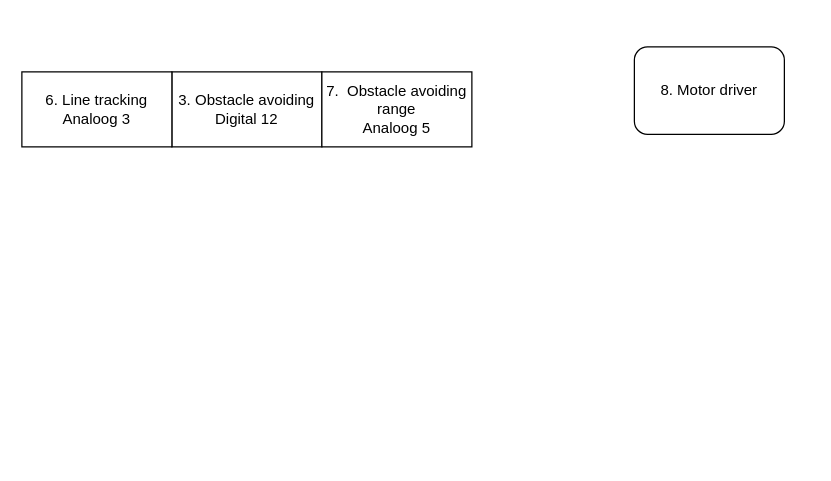
Earlier version of the draw.io diagram auto arduino.drawio (Sp00keeee/arduino-5vc-cengizhan-maurits-casper). Source tidied: cells renumbered, new cells numbered last; positions are measured from the earlier drawing's top-left corner, leaving out a move shared by most shapes. Both pictures are drawn from the tidied source at 125%, with x=0, y=0 at pixel (21, 46).
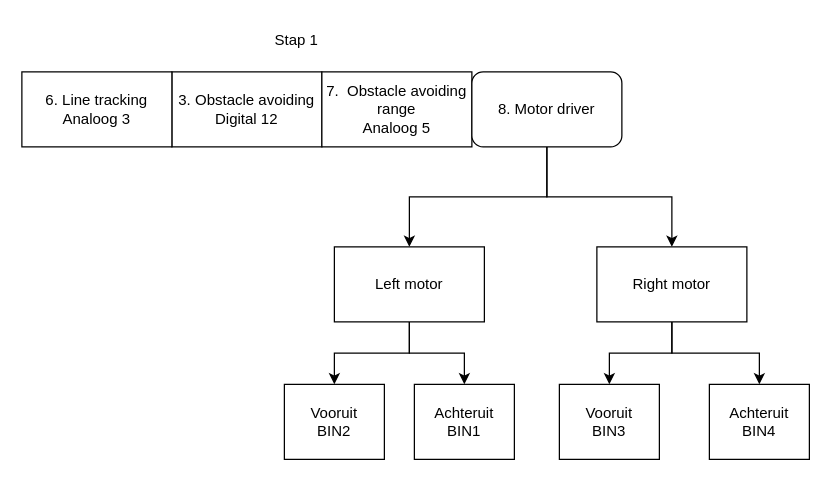
The same page after the edit.

Diff of the diagram source:
```diff
@@
 <mxGraphModel>
   <root>
     <mxCell id="0" />
     <mxCell id="1" parent="0" />
     <mxCell id="2" value="3. Obstacle avoiding&lt;br&gt;Digital 12" style="rounded=0;whiteSpace=wrap;html=1;" parent="1" vertex="1">
       <mxGeometry x="120" y="20" width="120" height="60" as="geometry" />
     </mxCell>
     <mxCell id="3" value="6. Line tracking&lt;br&gt;Analoog 3" style="rounded=0;whiteSpace=wrap;html=1;" parent="1" vertex="1">
       <mxGeometry y="20" width="120" height="60" as="geometry" />
     </mxCell>
     <mxCell id="4" value="7.&amp;nbsp; Obstacle avoiding range&lt;br&gt;Analoog 5" style="whiteSpace=wrap;html=1;" parent="1" vertex="1">
       <mxGeometry x="240" y="20" width="120" height="60" as="geometry" />
     </mxCell>
+    <mxCell id="6" style="edgeStyle=orthogonalEdgeStyle;rounded=0;jettySize=auto;html=1;entryX=0.5;entryY=0;entryDx=0;entryDy=0;" parent="1" edge="1" source="5" target="11">
+      <mxGeometry relative="1" as="geometry" />
+    </mxCell>
+    <mxCell id="7" style="edgeStyle=orthogonalEdgeStyle;rounded=0;jettySize=auto;html=1;" parent="1" edge="1" source="5" target="14">
+      <mxGeometry relative="1" as="geometry" />
+    </mxCell>
     <mxCell id="5" value="8. Motor driver" style="rounded=1;whiteSpace=wrap;html=1;" parent="1" vertex="1">
-      <mxGeometry x="490" width="120" height="70" as="geometry" />
+      <mxGeometry x="360" y="20" width="120" height="60" as="geometry" />
     </mxCell>
+    <mxCell id="8" value="Stap 1" style="text;html=1;strokeColor=none;fillColor=none;align=center;verticalAlign=middle;whiteSpace=wrap;rounded=0;shadow=0;" parent="1" vertex="1">
+      <mxGeometry x="190" y="-20" width="60" height="30" as="geometry" />
+    </mxCell>
+    <mxCell id="9" style="edgeStyle=orthogonalEdgeStyle;rounded=0;jettySize=auto;html=1;entryX=0.5;entryY=0;entryDx=0;entryDy=0;" parent="1" edge="1" source="11" target="16">
+      <mxGeometry relative="1" as="geometry" />
+    </mxCell>
+    <mxCell id="10" style="edgeStyle=orthogonalEdgeStyle;rounded=0;jettySize=auto;html=1;entryX=0.5;entryY=0;entryDx=0;entryDy=0;" parent="1" edge="1" source="11" target="15">
+      <mxGeometry relative="1" as="geometry" />
+    </mxCell>
+    <mxCell id="11" value="Left motor" style="rounded=0;whiteSpace=wrap;html=1;shadow=0;" parent="1" vertex="1">
+      <mxGeometry x="250" y="160" width="120" height="60" as="geometry" />
+    </mxCell>
+    <mxCell id="12" style="edgeStyle=orthogonalEdgeStyle;rounded=0;jettySize=auto;html=1;entryX=0.5;entryY=0;entryDx=0;entryDy=0;entryPerimeter=0;" parent="1" edge="1" source="14" target="17">
+      <mxGeometry relative="1" as="geometry" />
+    </mxCell>
+    <mxCell id="13" style="edgeStyle=orthogonalEdgeStyle;rounded=0;jettySize=auto;html=1;entryX=0.5;entryY=0;entryDx=0;entryDy=0;" parent="1" edge="1" source="14" target="18">
+      <mxGeometry relative="1" as="geometry" />
+    </mxCell>
+    <mxCell id="14" value="Right motor" style="rounded=0;whiteSpace=wrap;html=1;shadow=0;" parent="1" vertex="1">
+      <mxGeometry x="460" y="160" width="120" height="60" as="geometry" />
+    </mxCell>
+    <mxCell id="15" value="Vooruit&lt;br&gt;BIN2" style="rounded=0;whiteSpace=wrap;html=1;shadow=0;" parent="1" vertex="1">
+      <mxGeometry x="210" y="270" width="80" height="60" as="geometry" />
+    </mxCell>
+    <mxCell id="16" value="Achteruit&lt;br&gt;BIN1" style="rounded=0;whiteSpace=wrap;html=1;shadow=0;" parent="1" vertex="1">
+      <mxGeometry x="314" y="270" width="80" height="60" as="geometry" />
+    </mxCell>
+    <mxCell id="17" value="Vooruit&lt;br&gt;BIN3" style="rounded=0;whiteSpace=wrap;html=1;shadow=0;" parent="1" vertex="1">
+      <mxGeometry x="430" y="270" width="80" height="60" as="geometry" />
+    </mxCell>
+    <mxCell id="18" value="Achteruit&lt;br&gt;BIN4" style="rounded=0;whiteSpace=wrap;html=1;shadow=0;" parent="1" vertex="1">
+      <mxGeometry x="550" y="270" width="80" height="60" as="geometry" />
+    </mxCell>
   </root>
 </mxGraphModel>
```
